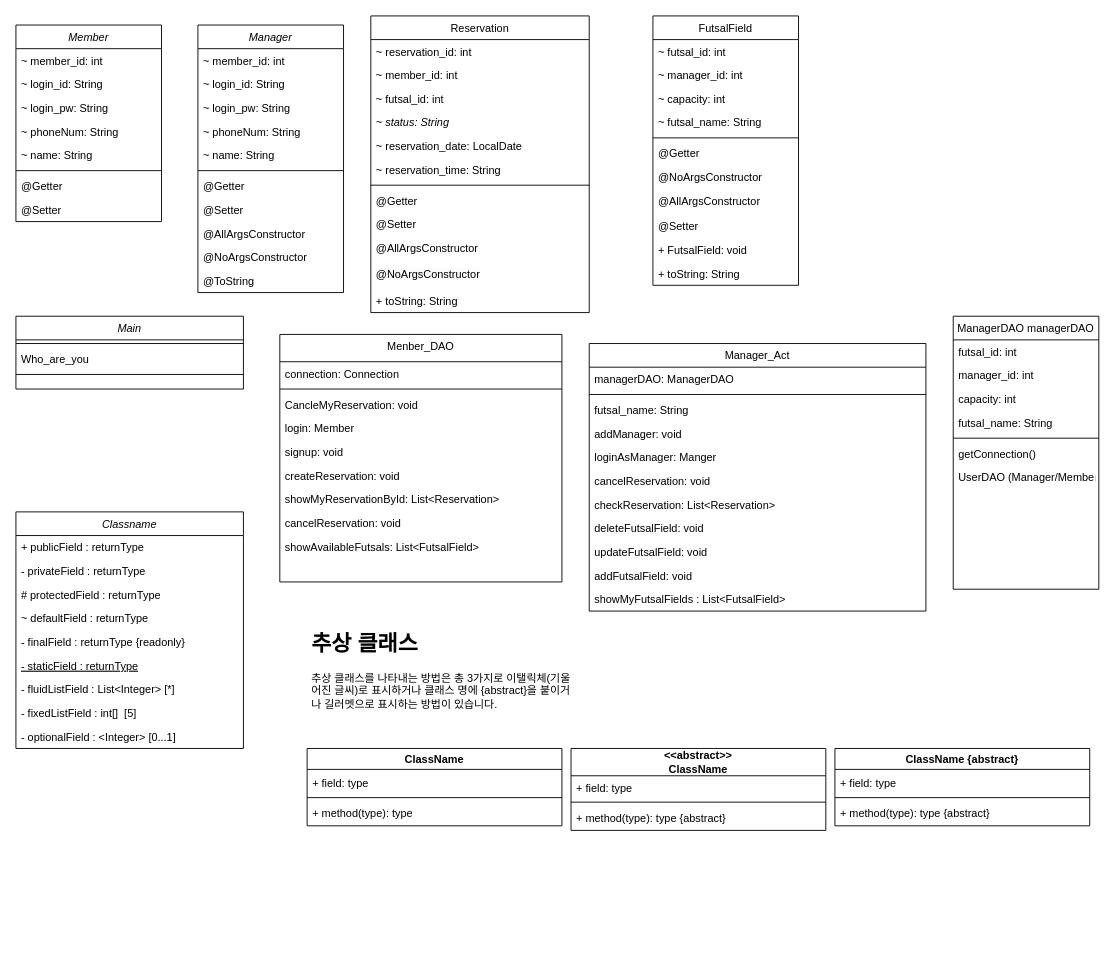
Before: 풋살장 예약 시스템.drawio in mimimya/UMLs, a draw.io diagram. Source tidied: cells renumbered, new cells numbered last; positions are measured from the earlier drawing's top-left corner, leaving out a move shared by most shapes. Both pictures are drawn from the tidied source at 91%, with x=0, y=0 at pixel (15, 15).
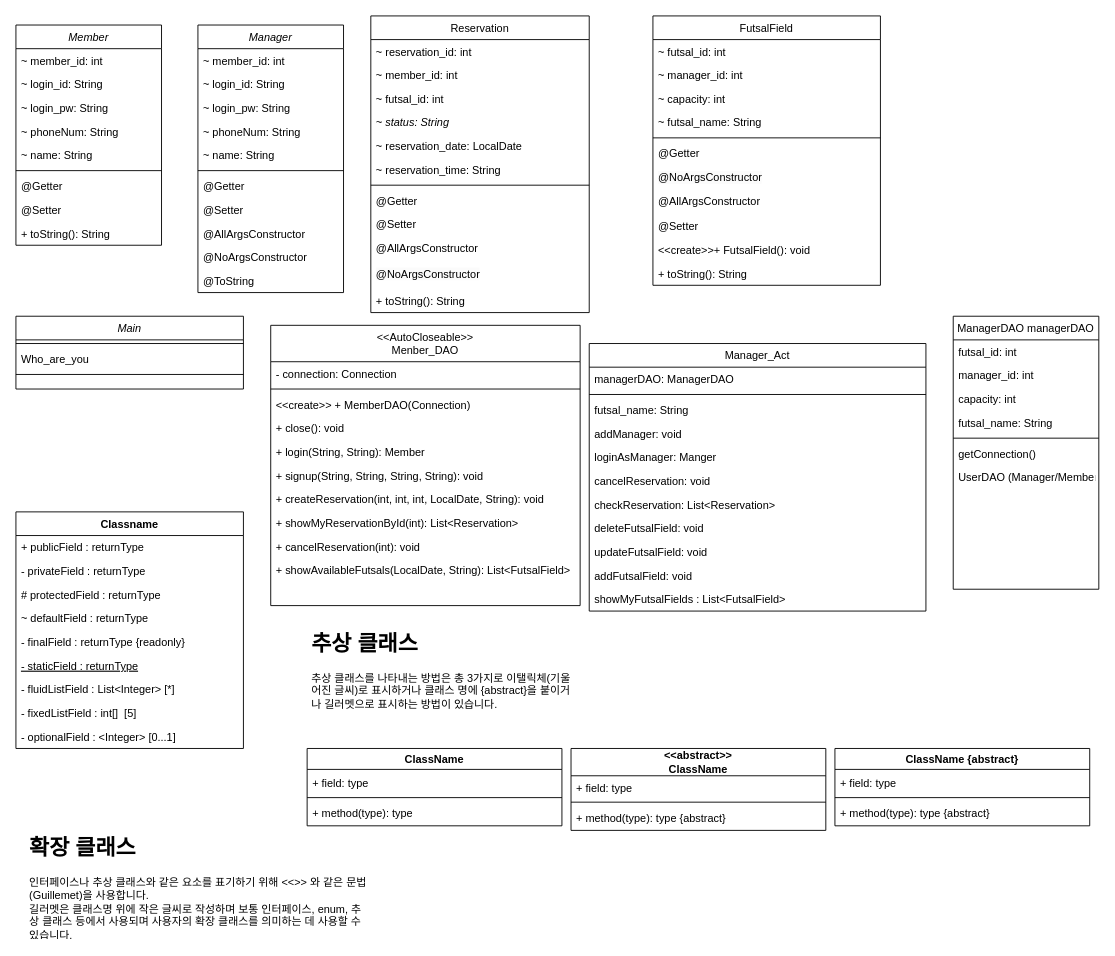
After the change.

Commit message (it also covers changes not shown here):
풋살장 예약 시스템.drawio 업데이트

Unchanged cells that the change refers to:
```xml
<mxCell id="23" value="Reservation" style="swimlane;fontStyle=0;align=center;verticalAlign=top;horizontal=1;startSize=26;rounded=0;shadow=0;strokeWidth=1;" parent="1" vertex="1">
  <mxGeometry x="390" width="240" height="326" as="geometry" />
</mxCell>
```

What changed in the source:
```diff
@@
     <mxCell id="2" value="Member" style="swimlane;fontStyle=2;align=center;verticalAlign=top;horizontal=1;startSize=26;rounded=0;shadow=0;strokeWidth=1;" parent="1" vertex="1">
-      <mxGeometry y="10" width="160" height="216" as="geometry" />
+      <mxGeometry y="10" width="160" height="242" as="geometry" />
     </mxCell>
@@
+    <mxCell id="105" value="+ toString(): String" style="text;align=left;verticalAlign=top;spacingLeft=4;spacingRight=4;overflow=hidden;" parent="2" vertex="1">
+      <mxGeometry y="216" width="160" height="26" as="geometry" />
+    </mxCell>
     <mxCell id="11" value="FutsalField" style="swimlane;fontStyle=0;align=center;verticalAlign=top;horizontal=1;startSize=26;rounded=0;shadow=0;strokeWidth=1;" parent="1" vertex="1">
-      <mxGeometry x="700" width="160" height="296" as="geometry" />
+      <mxGeometry x="700" width="250" height="296" as="geometry" />
     </mxCell>
     <mxCell id="12" value="~ futsal_id: int" style="text;align=left;verticalAlign=top;spacingLeft=4;spacingRight=4;overflow=hidden;" parent="11" vertex="1">
-      <mxGeometry y="26" width="160" height="26" as="geometry" />
+      <mxGeometry y="26" width="250" height="26" as="geometry" />
     </mxCell>
     <mxCell id="13" value="~ manager_id: int" style="text;align=left;verticalAlign=top;spacingLeft=4;spacingRight=4;overflow=hidden;" parent="11" vertex="1">
-      <mxGeometry y="52" width="160" height="26" as="geometry" />
+      <mxGeometry y="52" width="250" height="26" as="geometry" />
     </mxCell>
     <mxCell id="14" value="~ capacity: int" style="text;align=left;verticalAlign=top;spacingLeft=4;spacingRight=4;overflow=hidden;" parent="11" vertex="1">
-      <mxGeometry y="78" width="160" height="26" as="geometry" />
+      <mxGeometry y="78" width="250" height="26" as="geometry" />
     </mxCell>
     <mxCell id="15" value="~ futsal_name: String" style="text;align=left;verticalAlign=top;spacingLeft=4;spacingRight=4;overflow=hidden;" parent="11" vertex="1">
-      <mxGeometry y="104" width="160" height="26" as="geometry" />
+      <mxGeometry y="104" width="250" height="26" as="geometry" />
     </mxCell>
     <mxCell id="16" style="line;html=1;strokeWidth=1;align=left;verticalAlign=middle;spacingTop=-1;spacingLeft=3;spacingRight=3;labelPosition=right;" parent="11" vertex="1">
-      <mxGeometry y="130" width="160" height="8" as="geometry" />
+      <mxGeometry y="130" width="250" height="8" as="geometry" />
     </mxCell>
     <mxCell id="17" value="@Getter" style="text;align=left;verticalAlign=top;spacingLeft=4;spacingRight=4;overflow=hidden;" parent="11" vertex="1">
-      <mxGeometry y="138" width="160" height="26" as="geometry" />
+      <mxGeometry y="138" width="250" height="26" as="geometry" />
     </mxCell>
     <mxCell id="18" value="&lt;span style=&quot;color: rgb(0, 0, 0); font-family: Helvetica; font-size: 12px; font-style: normal; font-variant-ligatures: normal; font-variant-caps: normal; font-weight: 400; letter-spacing: normal; orphans: 2; text-align: left; text-indent: 0px; text-transform: none; widows: 2; word-spacing: 0px; -webkit-text-stroke-width: 0px; background-color: rgb(251, 251, 251); text-decoration-thickness: initial; text-decoration-style: initial; text-decoration-color: initial; float: none; display: inline !important;&quot;&gt;@NoArgsConstructor&lt;/span&gt;" style="text;whiteSpace=wrap;html=1;spacingLeft=4;spacingRight=4;" parent="11" vertex="1">
-      <mxGeometry y="164" width="160" height="26" as="geometry" />
+      <mxGeometry y="164" width="250" height="26" as="geometry" />
     </mxCell>
     <mxCell id="19" value="@AllArgsConstructor" style="text;whiteSpace=wrap;spacingLeft=4;spacingRight=4;" parent="11" vertex="1">
-      <mxGeometry y="190" width="160" height="28" as="geometry" />
+      <mxGeometry y="190" width="250" height="28" as="geometry" />
     </mxCell>
     <mxCell id="20" value="@Setter" style="text;align=left;verticalAlign=top;spacingLeft=4;spacingRight=4;overflow=hidden;" parent="11" vertex="1">
-      <mxGeometry y="218" width="160" height="26" as="geometry" />
+      <mxGeometry y="218" width="250" height="26" as="geometry" />
     </mxCell>
-    <mxCell id="21" value="+ FutsalField: void" style="text;align=left;verticalAlign=top;spacingLeft=4;spacingRight=4;overflow=hidden;" parent="11" vertex="1">
-      <mxGeometry y="244" width="160" height="26" as="geometry" />
+    <mxCell id="21" value="&lt;&lt;create&gt;&gt;+ FutsalField(): void" style="text;align=left;verticalAlign=top;spacingLeft=4;spacingRight=4;overflow=hidden;" parent="11" vertex="1">
+      <mxGeometry y="244" width="250" height="26" as="geometry" />
     </mxCell>
-    <mxCell id="22" value="+ toString: String" style="text;align=left;verticalAlign=top;spacingLeft=4;spacingRight=4;overflow=hidden;" parent="11" vertex="1">
-      <mxGeometry y="270" width="160" height="26" as="geometry" />
+    <mxCell id="22" value="+ toString(): String" style="text;align=left;verticalAlign=top;spacingLeft=4;spacingRight=4;overflow=hidden;" parent="11" vertex="1">
+      <mxGeometry y="270" width="250" height="26" as="geometry" />
     </mxCell>
@@
-    <mxCell id="35" value="+ toString: String" style="text;align=left;verticalAlign=top;spacingLeft=4;spacingRight=4;overflow=hidden;" parent="23" vertex="1">
+    <mxCell id="35" value="+ toString(): String" style="text;align=left;verticalAlign=top;spacingLeft=4;spacingRight=4;overflow=hidden;" parent="23" vertex="1">
       <mxGeometry y="300" width="240" height="26" as="geometry" />
     </mxCell>
@@
-    <mxCell id="72" value="Menber_DAO" style="swimlane;fontStyle=0;align=center;verticalAlign=top;horizontal=1;startSize=30;rounded=0;shadow=0;strokeWidth=1;" parent="1" vertex="1">
-      <mxGeometry x="290" y="350" width="310" height="272" as="geometry" />
+    <mxCell id="72" value="&lt;&lt;AutoCloseable&gt;&gt;&#10;Menber_DAO" style="swimlane;fontStyle=0;align=center;verticalAlign=top;horizontal=1;startSize=40;rounded=0;shadow=0;strokeWidth=1;spacingBottom=0;" parent="1" vertex="1">
+      <mxGeometry x="280" y="340" width="340" height="308" as="geometry" />
     </mxCell>
-    <mxCell id="73" value="connection: Connection" style="text;align=left;verticalAlign=top;spacingLeft=4;spacingRight=4;overflow=hidden;" parent="72" vertex="1">
-      <mxGeometry y="30" width="310" height="26" as="geometry" />
+    <mxCell id="73" value="- connection: Connection" style="text;align=left;verticalAlign=top;spacingLeft=4;spacingRight=4;overflow=hidden;" parent="72" vertex="1">
+      <mxGeometry y="40" width="340" height="26" as="geometry" />
     </mxCell>
     <mxCell id="74" style="line;html=1;strokeWidth=1;align=left;verticalAlign=middle;spacingTop=-1;spacingLeft=3;spacingRight=3;labelPosition=right;" parent="72" vertex="1">
-      <mxGeometry y="56" width="310" height="8" as="geometry" />
+      <mxGeometry y="66" width="340" height="8" as="geometry" />
     </mxCell>
-    <mxCell id="75" value="CancleMyReservation: void" style="text;align=left;verticalAlign=top;spacingLeft=4;spacingRight=4;overflow=hidden;" parent="72" vertex="1">
-      <mxGeometry y="64" width="310" height="26" as="geometry" />
-    </mxCell>
+    <mxCell id="106" value="&lt;&lt;create&gt;&gt; + MemberDAO(Connection)" style="text;align=left;verticalAlign=top;spacingLeft=4;spacingRight=4;overflow=hidden;" parent="72" vertex="1">
+      <mxGeometry y="74" width="340" height="26" as="geometry" />
+    </mxCell>
+    <mxCell id="107" value="+ close(): void" style="text;align=left;verticalAlign=top;spacingLeft=4;spacingRight=4;overflow=hidden;" parent="72" vertex="1">
+      <mxGeometry y="100" width="340" height="26" as="geometry" />
+    </mxCell>
-    <mxCell id="76" value="login: Member" style="text;align=left;verticalAlign=top;spacingLeft=4;spacingRight=4;overflow=hidden;" parent="72" vertex="1">
-      <mxGeometry y="90" width="310" height="26" as="geometry" />
+    <mxCell id="76" value="+ login(String, String): Member" style="text;align=left;verticalAlign=top;spacingLeft=4;spacingRight=4;overflow=hidden;" parent="72" vertex="1">
+      <mxGeometry y="126" width="340" height="26" as="geometry" />
     </mxCell>
-    <mxCell id="77" value="signup: void" style="text;align=left;verticalAlign=top;spacingLeft=4;spacingRight=4;overflow=hidden;" parent="72" vertex="1">
-      <mxGeometry y="116" width="310" height="26" as="geometry" />
+    <mxCell id="77" value="+ signup(String, String, String, String): void" style="text;align=left;verticalAlign=top;spacingLeft=4;spacingRight=4;overflow=hidden;" parent="72" vertex="1">
+      <mxGeometry y="152" width="340" height="26" as="geometry" />
     </mxCell>
-    <mxCell id="78" value="createReservation: void" style="text;align=left;verticalAlign=top;spacingLeft=4;spacingRight=4;overflow=hidden;" parent="72" vertex="1">
-      <mxGeometry y="142" width="310" height="26" as="geometry" />
+    <mxCell id="78" value="+ createReservation(int, int, int, LocalDate, String): void" style="text;align=left;verticalAlign=top;spacingLeft=4;spacingRight=4;overflow=hidden;" parent="72" vertex="1">
+      <mxGeometry y="178" width="340" height="26" as="geometry" />
     </mxCell>
-    <mxCell id="79" value="showMyReservationById: List&lt;Reservation&gt;" style="text;align=left;verticalAlign=top;spacingLeft=4;spacingRight=4;overflow=hidden;" parent="72" vertex="1">
-      <mxGeometry y="168" width="310" height="26" as="geometry" />
+    <mxCell id="79" value="+ showMyReservationById(int): List&lt;Reservation&gt;" style="text;align=left;verticalAlign=top;spacingLeft=4;spacingRight=4;overflow=hidden;" parent="72" vertex="1">
+      <mxGeometry y="204" width="340" height="26" as="geometry" />
     </mxCell>
-    <mxCell id="80" value="cancelReservation: void" style="text;align=left;verticalAlign=top;spacingLeft=4;spacingRight=4;overflow=hidden;" parent="72" vertex="1">
-      <mxGeometry y="194" width="310" height="26" as="geometry" />
+    <mxCell id="80" value="+ cancelReservation(int): void" style="text;align=left;verticalAlign=top;spacingLeft=4;spacingRight=4;overflow=hidden;" parent="72" vertex="1">
+      <mxGeometry y="230" width="340" height="26" as="geometry" />
     </mxCell>
-    <mxCell id="81" value="showAvailableFutsals: List&lt;FutsalField&gt;" style="text;align=left;verticalAlign=top;spacingLeft=4;spacingRight=4;overflow=hidden;" parent="72" vertex="1">
-      <mxGeometry y="220" width="310" height="26" as="geometry" />
+    <mxCell id="81" value="+ showAvailableFutsals(LocalDate, String): List&lt;FutsalField&gt;" style="text;align=left;verticalAlign=top;spacingLeft=4;spacingRight=4;overflow=hidden;" parent="72" vertex="1">
+      <mxGeometry y="256" width="340" height="26" as="geometry" />
     </mxCell>
-    <mxCell id="82" value="Classname" style="swimlane;fontStyle=2;align=center;verticalAlign=top;horizontal=1;startSize=26;rounded=0;shadow=0;strokeWidth=1;" parent="1" vertex="1">
+    <mxCell id="82" value="Classname" style="swimlane;fontStyle=1;align=center;verticalAlign=top;horizontal=1;startSize=26;rounded=0;shadow=0;strokeWidth=1;" parent="1" vertex="1">
       <mxGeometry y="545" width="250" height="260" as="geometry" />
     </mxCell>
@@
+    <mxCell id="108" value="&lt;h1&gt;확장 클래스&lt;/h1&gt;&lt;p&gt;인터페이스나 추상 클래스와 같은 요소를 표기하기 위해 &amp;lt;&amp;lt;&amp;gt;&amp;gt; 와 같은 문법 (Guillemet)을 사용합니다.&lt;br&gt;길러멧은 클래스명 위에 작은 글씨로 작성하며 보통 인터페이스, enum, 추상 클래스 등에서 사용되며 사용자의 확장 클래스를 의미하는 데 사용할 수 있습니다.&lt;/p&gt;" style="text;html=1;strokeColor=none;fillColor=none;spacing=5;spacingTop=-20;whiteSpace=wrap;overflow=hidden;rounded=0;" parent="1" vertex="1">
+      <mxGeometry x="10" y="895" width="380" height="120" as="geometry" />
+    </mxCell>
```
